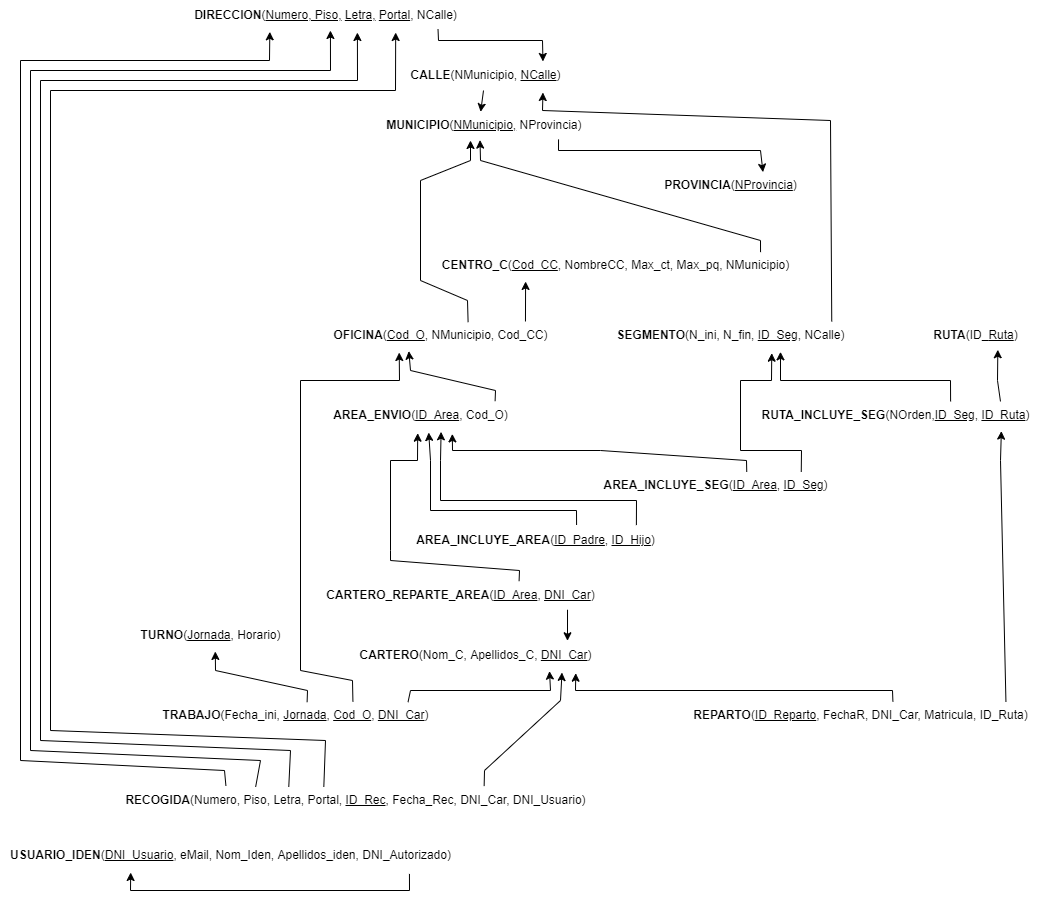
The draw.io diagram Hito1/Modelo relacional.drawio.png in ErYavi/BBDD22, before a commit. Source tidied: cells renumbered, new cells last; positions are measured from the earlier drawing's top-left corner, leaving out a move shared by most shapes.
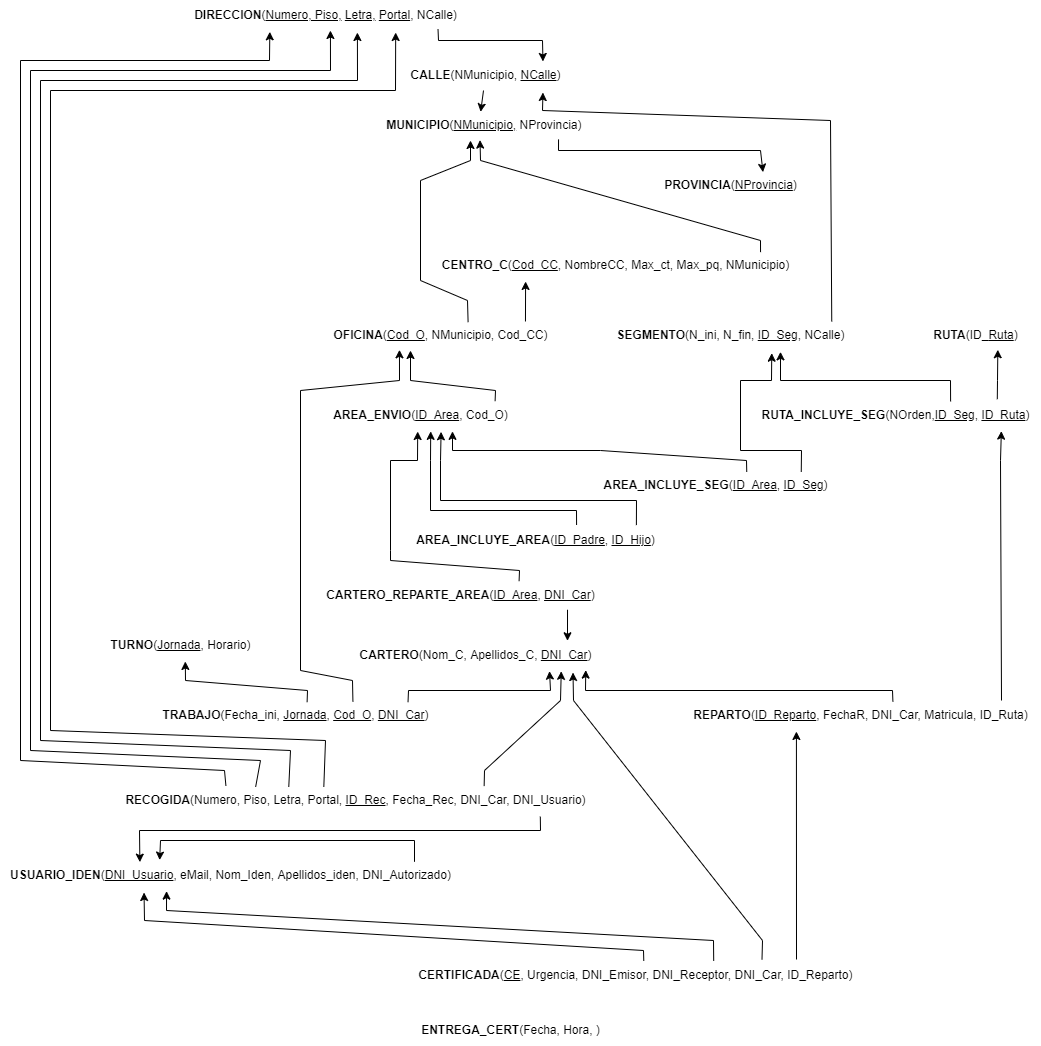
The same file after the commit.

What changed in the source:
```diff
@@ -86,7 +86,7 @@
         </Array>
       </mxGeometry>
     </mxCell>
-    <mxCell id="19" style="endArrow=classic;html=1;rounded=0;entryX=0.703;entryY=0.975;entryDx=0;entryDy=0;entryPerimeter=0;exitX=0.862;exitY=0.032;exitDx=0;exitDy=0;exitPerimeter=0;" parent="1" edge="1" source="17" target="12">
+    <mxCell id="19" style="endArrow=classic;html=1;rounded=0;entryX=0.703;entryY=0.975;entryDx=0;entryDy=0;entryPerimeter=0;exitX=0.851;exitY=-0.044;exitDx=0;exitDy=0;exitPerimeter=0;" parent="1" edge="1" source="17" target="12">
       <mxGeometry relative="1" as="geometry">
         <Array as="points">
           <mxPoint x="997" y="380" />
@@ -96,18 +96,19 @@
     <mxCell id="20" value="&lt;b&gt;AREA_ENVIO&lt;/b&gt;(&lt;u&gt;ID_Area&lt;/u&gt;, Cod_O)" style="text;html=1;align=center;verticalAlign=middle;points=[];strokeColor=none;fillColor=none;" parent="1" vertex="1">
       <mxGeometry x="320" y="400" width="200" height="30" as="geometry" />
     </mxCell>
-    <mxCell id="21" style="endArrow=classic;html=1;rounded=0;exitX=0.873;exitY=0.021;exitDx=0;exitDy=0;exitPerimeter=0;entryX=0.368;entryY=1.021;entryDx=0;entryDy=0;entryPerimeter=0;" parent="1" edge="1" source="20" target="9">
+    <mxCell id="21" style="endArrow=classic;html=1;rounded=0;exitX=0.873;exitY=0.021;exitDx=0;exitDy=0;exitPerimeter=0;" parent="1" edge="1" source="20">
       <mxGeometry relative="1" as="geometry">
+        <mxPoint x="410" y="350" as="targetPoint" />
         <Array as="points">
           <mxPoint x="495" y="390" />
-          <mxPoint x="410" y="370" />
+          <mxPoint x="410" y="380" />
         </Array>
       </mxGeometry>
     </mxCell>
     <mxCell id="22" value="&lt;b&gt;AREA_INCLUYE_AREA&lt;/b&gt;(&lt;u&gt;ID_Padre&lt;/u&gt;, &lt;u&gt;ID_Hijo&lt;/u&gt;)" style="text;html=1;align=center;verticalAlign=middle;points=[];strokeColor=none;fillColor=none;" parent="1" vertex="1">
       <mxGeometry x="405" y="524.5" width="260" height="30" as="geometry" />
     </mxCell>
-    <mxCell id="23" style="endArrow=classic;html=1;rounded=0;exitX=0.658;exitY=0;exitDx=0;exitDy=0;exitPerimeter=0;entryX=0.541;entryY=1.067;entryDx=0;entryDy=0;entryPerimeter=0;" parent="1" edge="1" source="22" target="20">
+    <mxCell id="23" style="endArrow=classic;html=1;rounded=0;exitX=0.658;exitY=0;exitDx=0;exitDy=0;exitPerimeter=0;entryX=0.551;entryY=1.029;entryDx=0;entryDy=0;entryPerimeter=0;" parent="1" edge="1" source="22" target="20">
       <mxGeometry relative="1" as="geometry">
         <Array as="points">
           <mxPoint x="576" y="510" />
@@ -128,7 +129,7 @@
     <mxCell id="25" value="&lt;b&gt;AREA_INCLUYE_SEG&lt;/b&gt;(&lt;u&gt;ID_Area&lt;/u&gt;, &lt;u&gt;ID_Seg&lt;/u&gt;)" style="text;html=1;align=center;verticalAlign=middle;points=[];strokeColor=none;fillColor=none;" parent="1" vertex="1">
       <mxGeometry x="590" y="470" width="250" height="30" as="geometry" />
     </mxCell>
-    <mxCell id="26" style="endArrow=classic;html=1;rounded=0;exitX=0.625;exitY=0.044;exitDx=0;exitDy=0;exitPerimeter=0;entryX=0.659;entryY=1.113;entryDx=0;entryDy=0;entryPerimeter=0;" parent="1" edge="1" source="25" target="20">
+    <mxCell id="26" style="endArrow=classic;html=1;rounded=0;exitX=0.625;exitY=0.044;exitDx=0;exitDy=0;exitPerimeter=0;entryX=0.66;entryY=1.029;entryDx=0;entryDy=0;entryPerimeter=0;" parent="1" edge="1" source="25" target="20">
       <mxGeometry relative="1" as="geometry">
         <Array as="points">
           <mxPoint x="746" y="460" />
@@ -150,8 +151,9 @@
     <mxCell id="28" value="&lt;b&gt;REPARTO&lt;/b&gt;(&lt;u&gt;ID_Reparto&lt;/u&gt;, FechaR, DNI_Car, Matricula, ID_Ruta)" style="text;html=1;align=center;verticalAlign=middle;points=[];strokeColor=none;fillColor=none;" parent="1" vertex="1">
       <mxGeometry x="680" y="700" width="360" height="30" as="geometry" />
     </mxCell>
-    <mxCell id="29" style="endArrow=classic;html=1;rounded=0;exitX=0.904;exitY=0.049;exitDx=0;exitDy=0;exitPerimeter=0;entryX=0.865;entryY=1.021;entryDx=0;entryDy=0;entryPerimeter=0;" parent="1" edge="1" source="28" target="17">
+    <mxCell id="29" style="endArrow=classic;html=1;rounded=0;entryX=0.865;entryY=1.021;entryDx=0;entryDy=0;entryPerimeter=0;" parent="1" edge="1" target="17">
       <mxGeometry relative="1" as="geometry">
+        <mxPoint x="1001" y="700" as="sourcePoint" />
         <Array as="points">
           <mxPoint x="1000" y="460" />
         </Array>
@@ -163,7 +165,7 @@
     <mxCell id="31" value="&lt;b&gt;CARTERO_REPARTE_AREA&lt;/b&gt;(&lt;u&gt;ID_Area&lt;/u&gt;, &lt;u&gt;DNI_Car&lt;/u&gt;)" style="text;html=1;align=center;verticalAlign=middle;points=[];strokeColor=none;fillColor=none;" parent="1" vertex="1">
       <mxGeometry x="315" y="580" width="290" height="30" as="geometry" />
     </mxCell>
-    <mxCell id="32" style="endArrow=classic;html=1;rounded=0;exitX=0.702;exitY=0.021;exitDx=0;exitDy=0;exitPerimeter=0;entryX=0.486;entryY=1.09;entryDx=0;entryDy=0;entryPerimeter=0;" parent="1" edge="1" source="31" target="20">
+    <mxCell id="32" style="endArrow=classic;html=1;rounded=0;exitX=0.702;exitY=0.021;exitDx=0;exitDy=0;exitPerimeter=0;entryX=0.486;entryY=1.034;entryDx=0;entryDy=0;entryPerimeter=0;" parent="1" edge="1" source="31" target="20">
       <mxGeometry relative="1" as="geometry">
         <Array as="points">
           <mxPoint x="519" y="570" />
@@ -177,16 +179,16 @@
     <mxCell id="33" style="endArrow=classic;html=1;rounded=0;exitX=0.869;exitY=0.975;exitDx=0;exitDy=0;exitPerimeter=0;entryX=0.868;entryY=0.009;entryDx=0;entryDy=0;entryPerimeter=0;" parent="1" edge="1" source="31" target="30">
       <mxGeometry relative="1" as="geometry" />
     </mxCell>
-    <mxCell id="34" style="endArrow=classic;html=1;rounded=0;exitX=0.59;exitY=0.032;exitDx=0;exitDy=0;exitPerimeter=0;entryX=0.901;entryY=1.09;entryDx=0;entryDy=0;entryPerimeter=0;" parent="1" edge="1" source="28" target="30">
+    <mxCell id="34" style="endArrow=classic;html=1;rounded=0;exitX=0.59;exitY=0.032;exitDx=0;exitDy=0;exitPerimeter=0;entryX=0.941;entryY=0.987;entryDx=0;entryDy=0;entryPerimeter=0;" parent="1" edge="1" source="28" target="30">
       <mxGeometry relative="1" as="geometry">
         <Array as="points">
           <mxPoint x="892" y="690" />
-          <mxPoint x="575" y="690" />
+          <mxPoint x="585" y="690" />
         </Array>
       </mxGeometry>
     </mxCell>
     <mxCell id="35" value="&lt;b&gt;TURNO&lt;/b&gt;(&lt;u&gt;Jornada&lt;/u&gt;, Horario)" style="text;html=1;align=center;verticalAlign=middle;points=[];strokeColor=none;fillColor=none;" parent="1" vertex="1">
-      <mxGeometry x="130" y="620" width="160" height="30" as="geometry" />
+      <mxGeometry x="100" y="630" width="160" height="30" as="geometry" />
     </mxCell>
     <mxCell id="36" value="&lt;b&gt;TRABAJO&lt;/b&gt;(Fecha_ini, &lt;u&gt;Jornada&lt;/u&gt;, &lt;u&gt;Cod_O&lt;/u&gt;, &lt;u&gt;DNI_Car&lt;/u&gt;)" style="text;html=1;align=center;verticalAlign=middle;points=[];strokeColor=none;fillColor=none;" parent="1" vertex="1">
       <mxGeometry x="150" y="700" width="290" height="30" as="geometry" />
@@ -195,16 +197,16 @@
       <mxGeometry relative="1" as="geometry">
         <Array as="points">
           <mxPoint x="307" y="690" />
-          <mxPoint x="215" y="670" />
+          <mxPoint x="185" y="680" />
         </Array>
       </mxGeometry>
     </mxCell>
-    <mxCell id="38" style="endArrow=classic;html=1;rounded=0;exitX=0.698;exitY=0.032;exitDx=0;exitDy=0;exitPerimeter=0;entryX=0.328;entryY=1.067;entryDx=0;entryDy=0;entryPerimeter=0;" parent="1" edge="1" source="36" target="9">
+    <mxCell id="38" style="endArrow=classic;html=1;rounded=0;exitX=0.698;exitY=0.032;exitDx=0;exitDy=0;exitPerimeter=0;entryX=0.329;entryY=0.977;entryDx=0;entryDy=0;entryPerimeter=0;" parent="1" edge="1" source="36" target="9">
       <mxGeometry relative="1" as="geometry">
         <Array as="points">
           <mxPoint x="352" y="680" />
           <mxPoint x="300" y="670" />
-          <mxPoint x="300" y="380" />
+          <mxPoint x="300" y="390" />
           <mxPoint x="399" y="380" />
         </Array>
       </mxGeometry>
@@ -212,7 +214,7 @@
     <mxCell id="39" style="endArrow=classic;html=1;rounded=0;exitX=0.888;exitY=0.055;exitDx=0;exitDy=0;exitPerimeter=0;entryX=0.796;entryY=1.021;entryDx=0;entryDy=0;entryPerimeter=0;" parent="1" edge="1" source="36" target="30">
       <mxGeometry relative="1" as="geometry">
         <Array as="points">
-          <mxPoint x="410" y="690" />
+          <mxPoint x="408" y="690" />
           <mxPoint x="550" y="690" />
         </Array>
       </mxGeometry>
@@ -220,7 +222,7 @@
     <mxCell id="40" value="&lt;b&gt;RECOGIDA&lt;/b&gt;(Numero, Piso, Letra, Portal,&amp;nbsp;&lt;u&gt;ID_Rec&lt;/u&gt;, Fecha_Rec, DNI_Car, DNI_Usuario)" style="text;html=1;align=center;verticalAlign=middle;points=[];strokeColor=none;fillColor=none;" parent="1" vertex="1">
       <mxGeometry x="115" y="785" width="480" height="30" as="geometry" />
     </mxCell>
-    <mxCell id="41" style="endArrow=classic;html=1;rounded=0;entryX=0.846;entryY=1.067;entryDx=0;entryDy=0;entryPerimeter=0;exitX=0.768;exitY=0.019;exitDx=0;exitDy=0;exitPerimeter=0;" parent="1" edge="1" source="40" target="30">
+    <mxCell id="41" style="endArrow=classic;html=1;rounded=0;entryX=0.843;entryY=1.027;entryDx=0;entryDy=0;entryPerimeter=0;exitX=0.768;exitY=0.019;exitDx=0;exitDy=0;exitPerimeter=0;" parent="1" edge="1" source="40" target="30">
       <mxGeometry relative="1" as="geometry">
         <Array as="points">
           <mxPoint x="484" y="770" />
@@ -269,15 +271,56 @@
       </mxGeometry>
     </mxCell>
     <mxCell id="46" value="&lt;b&gt;USUARIO_IDEN&lt;/b&gt;(&lt;u&gt;DNI_Usuario&lt;/u&gt;, eMail, Nom_Iden, Apellidos_iden, DNI_Autorizado)" style="text;html=1;align=center;verticalAlign=middle;points=[];strokeColor=none;fillColor=none;" parent="1" vertex="1">
-      <mxGeometry y="840" width="460" height="30" as="geometry" />
+      <mxGeometry y="860" width="460" height="30" as="geometry" />
     </mxCell>
-    <mxCell id="47" style="endArrow=classic;html=1;rounded=0;exitX=0.889;exitY=1.114;exitDx=0;exitDy=0;exitPerimeter=0;entryX=0.283;entryY=1.067;entryDx=0;entryDy=0;entryPerimeter=0;" parent="1" edge="1" source="46" target="46">
+    <mxCell id="47" style="endArrow=classic;html=1;rounded=0;exitX=0.9;exitY=0.044;exitDx=0;exitDy=0;exitPerimeter=0;entryX=0.346;entryY=-0.014;entryDx=0;entryDy=0;entryPerimeter=0;" parent="1" edge="1" source="46" target="46">
       <mxGeometry relative="1" as="geometry">
         <Array as="points">
-          <mxPoint x="409" y="890" />
-          <mxPoint x="130" y="890" />
+          <mxPoint x="414" y="840" />
+          <mxPoint x="160" y="840" />
         </Array>
       </mxGeometry>
     </mxCell>
+    <mxCell id="48" style="endArrow=classic;html=1;rounded=0;exitX=0.885;exitY=1.038;exitDx=0;exitDy=0;exitPerimeter=0;entryX=0.303;entryY=0.055;entryDx=0;entryDy=0;entryPerimeter=0;" parent="1" edge="1" source="40" target="46">
+      <mxGeometry relative="1" as="geometry">
+        <Array as="points">
+          <mxPoint x="540" y="830" />
+          <mxPoint x="139" y="830" />
+        </Array>
+      </mxGeometry>
+    </mxCell>
+    <mxCell id="49" value="&lt;b&gt;CERTIFICADA&lt;/b&gt;(&lt;u&gt;CE&lt;/u&gt;, Urgencia, DNI_Emisor, DNI_Receptor, DNI_Car, ID_Reparto)" style="text;html=1;align=center;verticalAlign=middle;points=[];strokeColor=none;fillColor=none;" parent="1" vertex="1">
+      <mxGeometry x="405" y="960" width="460" height="30" as="geometry" />
+    </mxCell>
+    <mxCell id="50" style="endArrow=classic;html=1;rounded=0;exitX=0.85;exitY=-0.033;exitDx=0;exitDy=0;exitPerimeter=0;entryX=0.322;entryY=1.033;entryDx=0;entryDy=0;entryPerimeter=0;" parent="1" edge="1" source="49" target="28">
+      <mxGeometry relative="1" as="geometry" />
+    </mxCell>
+    <mxCell id="51" style="endArrow=classic;html=1;rounded=0;exitX=0.775;exitY=-0.037;exitDx=0;exitDy=0;exitPerimeter=0;entryX=0.89;entryY=1.067;entryDx=0;entryDy=0;entryPerimeter=0;" parent="1" edge="1" source="49" target="30">
+      <mxGeometry relative="1" as="geometry">
+        <Array as="points">
+          <mxPoint x="762" y="940" />
+          <mxPoint x="573" y="700" />
+        </Array>
+      </mxGeometry>
+    </mxCell>
+    <mxCell id="52" style="endArrow=classic;html=1;rounded=0;exitX=0.67;exitY=0.009;exitDx=0;exitDy=0;exitPerimeter=0;entryX=0.361;entryY=1.021;entryDx=0;entryDy=0;entryPerimeter=0;" parent="1" edge="1" source="49" target="46">
+      <mxGeometry relative="1" as="geometry">
+        <Array as="points">
+          <mxPoint x="713" y="940" />
+          <mxPoint x="166" y="910" />
+        </Array>
+      </mxGeometry>
+    </mxCell>
+    <mxCell id="53" style="endArrow=classic;html=1;rounded=0;exitX=0.518;exitY=0.009;exitDx=0;exitDy=0;exitPerimeter=0;entryX=0.312;entryY=1.067;entryDx=0;entryDy=0;entryPerimeter=0;" parent="1" edge="1" source="49" target="46">
+      <mxGeometry relative="1" as="geometry">
+        <Array as="points">
+          <mxPoint x="643" y="950" />
+          <mxPoint x="144" y="920" />
+        </Array>
+      </mxGeometry>
+    </mxCell>
+    <mxCell id="54" value="&lt;b&gt;ENTREGA_CERT&lt;/b&gt;(Fecha, Hora, )" style="text;html=1;align=center;verticalAlign=middle;strokeColor=none;fillColor=none;" parent="1" vertex="1">
+      <mxGeometry x="410" y="1015" width="200" height="30" as="geometry" />
+    </mxCell>
   </root>
 </mxGraphModel>
```
